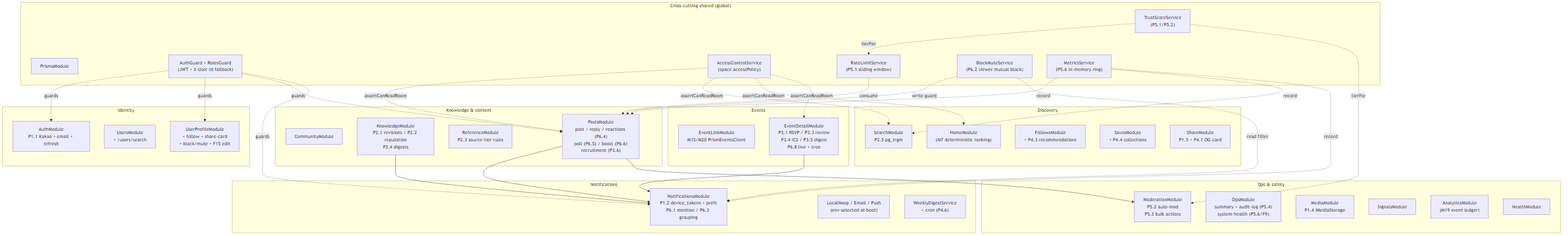
kohjun/PRISM_Club keeps this Mermaid diagram as docs/architecture/02-api-module-map.png. Above is the earlier version. Its source is kept beside it as docs/architecture/02-api-module-map.mmd. Source of this version:
```mermaid
flowchart TB
    subgraph Cross["Cross-cutting shared (global)"]
        Prisma["PrismaModule"]
        Auth["AuthGuard + RolesGuard<br/>(JWT + X-User-Id fallback)"]
        Access["AccessControlService<br/>(space accessPolicy)"]
        Trust["TrustScoreService<br/>(P5.1/P5.2)"]
        RateLimit["RateLimitService<br/>(P5.1 sliding window)"]
        BlockMute["BlockMuteService<br/>(P6.2 viewer mutual block)"]
        Metrics["MetricsService<br/>(P5.6 in-memory ring)"]
    end

    subgraph Identity
        AuthMod["AuthModule<br/>P1.1 Kakao + email + refresh"]
        Users["UsersModule<br/>+ /users/search"]
        Profile["UserProfileModule<br/>+ follow + share-card<br/>+ block/mute + F15 edit"]
    end

    subgraph Knowledge["Knowledge & content"]
        Community["CommunityModule"]
        KnowledgeM["KnowledgeModule<br/>P2.1 revisions / P2.2 reputation<br/>P2.4 digests"]
        Reference["ReferenceModule<br/>P2.3 source-tier rules"]
        Posts["PostsModule<br/>post / reply / reactions (P6.4)<br/>poll (P6.5) / boost (P6.6)<br/>recruitment (P3.6)"]
    end

    subgraph Events
        EvtLink["EventLinkModule<br/>M15/M20 PrismEventsClient"]
        EvtDetail["EventDetailModule<br/>P3.1 RSVP / P3.3 review<br/>P3.4 ICS / P3.5 digest<br/>P6.8 live + cron"]
    end

    subgraph Discovery
        Search["SearchModule<br/>P2.5 pg_trgm"]
        Home["HomeModule<br/>(M7 deterministic ranking)"]
        Follows["FollowsModule<br/>+ P4.3 recommendations"]
        Saves["SavesModule<br/>+ P4.4 collections"]
        Share["ShareModule<br/>P1.5 + P4.1 OG card"]
    end

    subgraph Notifications
        Notif["NotificationsModule<br/>P1.2 device_tokens + prefs<br/>P6.1 mention / P6.3 grouping"]
        Delivery["LocalNoop / Email / Push<br/>(env-selected at boot)"]
        Digest["WeeklyDigestService<br/>+ cron (P4.6)"]
    end

    subgraph OpsSafety["Ops & safety"]
        Moderation["ModerationModule<br/>P5.2 auto-mod<br/>P5.3 bulk actions"]
        Ops["OpsModule<br/>summary + audit-log (P5.4)<br/>system-health (P5.6/F9)"]
        Media["MediaModule<br/>P1.4 IMediaStorage"]
        Signals["SignalsModule"]
        Analytics["AnalyticsModule<br/>(M19 event ledger)"]
        Health["HealthModule"]
    end

    Auth -.guards.-> AuthMod
    Auth -.guards.-> Profile
    Auth -.guards.-> Posts
    Auth -.guards.-> Notif
    Access -.assertCanReadRoom.-> Posts
    Access -.assertCanReadRoom.-> Search
    Access -.assertCanReadRoom.-> Home
    Access -.assertCanReadRoom.-> EvtDetail
    BlockMute -.write guard.-> Posts
    BlockMute -.read filter.-> Notif
    Trust -.tierFor.-> RateLimit
    Trust -.tierFor.-> Moderation
    RateLimit -.consume.-> Posts
    Metrics -.record.-> Posts
    Metrics -.record.-> Search
    Metrics -.record.-> Notif
    Posts --> Notif
    Posts --> Moderation
    EvtDetail --> Notif
    KnowledgeM --> Notif
```
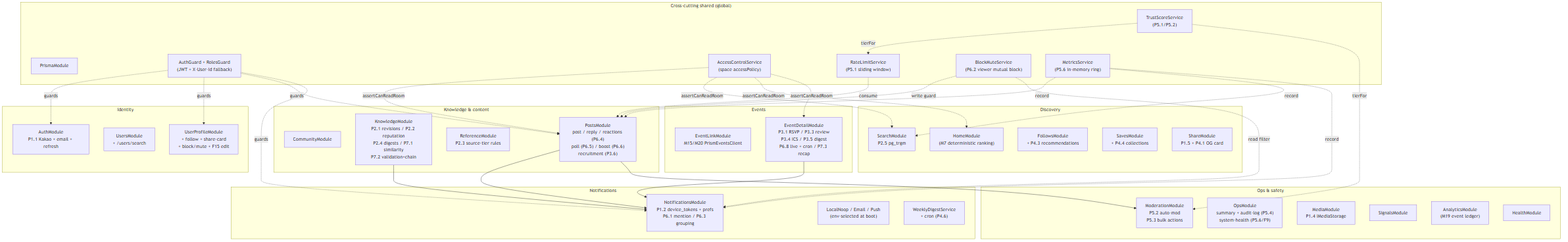
After the change.

What changed in the source:
```diff
@@ -17,14 +17,14 @@
 
     subgraph Knowledge["Knowledge & content"]
         Community["CommunityModule"]
-        KnowledgeM["KnowledgeModule<br/>P2.1 revisions / P2.2 reputation<br/>P2.4 digests"]
+        KnowledgeM["KnowledgeModule<br/>P2.1 revisions / P2.2 reputation<br/>P2.4 digests / P7.1 similarity<br/>P7.2 validation+chain"]
         Reference["ReferenceModule<br/>P2.3 source-tier rules"]
         Posts["PostsModule<br/>post / reply / reactions (P6.4)<br/>poll (P6.5) / boost (P6.6)<br/>recruitment (P3.6)"]
     end
 
     subgraph Events
         EvtLink["EventLinkModule<br/>M15/M20 PrismEventsClient"]
-        EvtDetail["EventDetailModule<br/>P3.1 RSVP / P3.3 review<br/>P3.4 ICS / P3.5 digest<br/>P6.8 live + cron"]
+        EvtDetail["EventDetailModule<br/>P3.1 RSVP / P3.3 review<br/>P3.4 ICS / P3.5 digest<br/>P6.8 live + cron / P7.3 recap"]
     end
 
     subgraph Discovery
```
